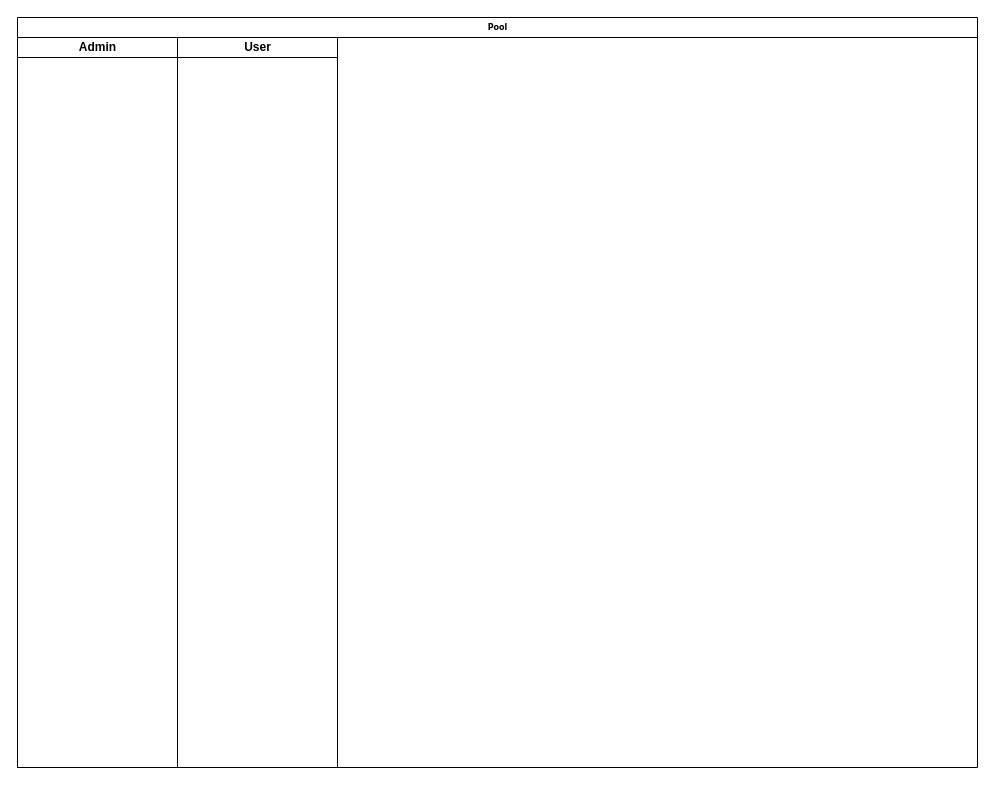
This is Untitled Diagram1.drawio from giaythuytinh176/baitaptrenlopathao, a draw.io file, before an edit. Source tidied: cells renumbered, new cells numbered last; positions are measured from the earlier drawing's top-left corner, leaving out a move shared by most shapes. Both pictures are drawn from the tidied source at 100%, with x=0, y=0 at pixel (17, 17).
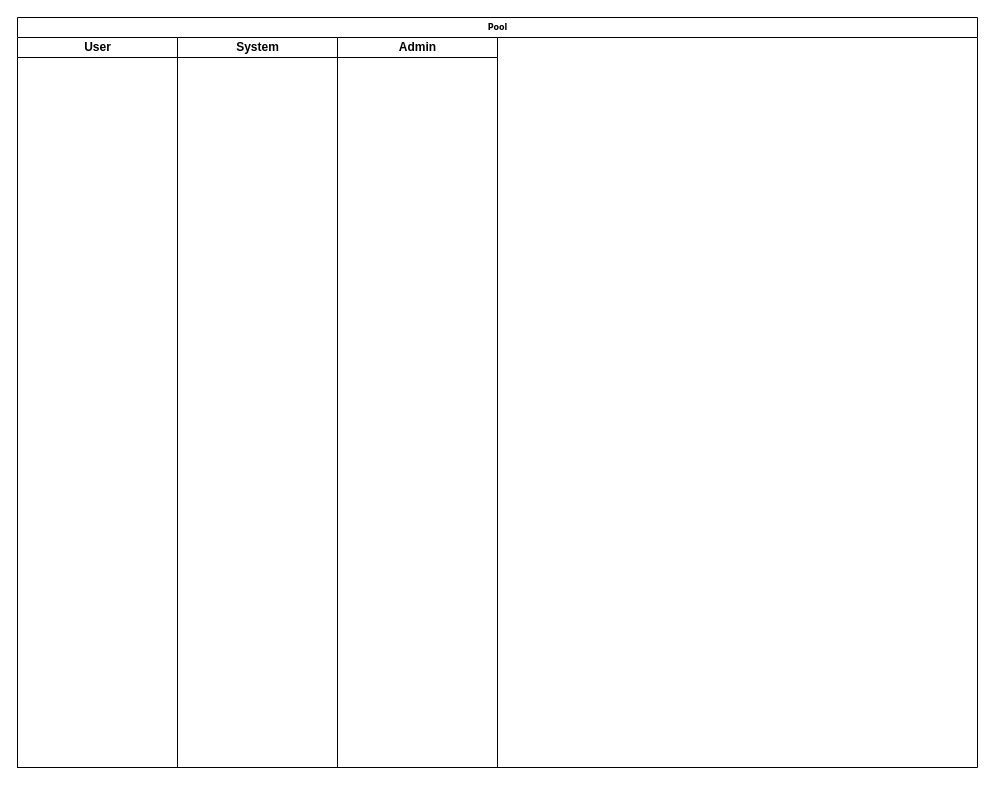
Above is the later version.

What changed in the source:
```diff
@@
 <mxGraphModel background="#ffffff">
   <root>
     <mxCell id="0" />
     <mxCell id="1" parent="0" />
     <mxCell id="2" value="Pool" style="swimlane;html=1;startSize=20;rounded=0;shadow=0;labelBackgroundColor=none;strokeWidth=1;fontFamily=Verdana;fontSize=8;align=center;" parent="1" vertex="1">
       <mxGeometry width="960" height="750" as="geometry" />
     </mxCell>
+    <mxCell id="5" style="edgeStyle=orthogonalEdgeStyle;rounded=1;html=1;labelBackgroundColor=none;startArrow=none;startFill=0;startSize=5;endArrow=classicThin;endFill=1;endSize=5;jettySize=auto;orthogonalLoop=1;strokeWidth=1;fontFamily=Verdana;fontSize=8;" parent="2" edge="1">
+      <mxGeometry relative="1" as="geometry">
+        <mxPoint x="670" y="690" as="targetPoint" />
+      </mxGeometry>
+    </mxCell>
+    <mxCell id="8" value="User" style="swimlane;html=1;startSize=20;" parent="2" vertex="1">
+      <mxGeometry y="20" width="160" height="730" as="geometry" />
+    </mxCell>
+    <mxCell id="9" value="System" style="swimlane;html=1;startSize=20;" parent="2" vertex="1">
+      <mxGeometry x="160" y="20" width="160" height="730" as="geometry" />
+    </mxCell>
     <mxCell id="3" value="Admin" style="swimlane;html=1;startSize=20;" parent="2" vertex="1">
-      <mxGeometry y="20" width="160" height="730" as="geometry" />
+      <mxGeometry x="320" y="20" width="160" height="730" as="geometry" />
     </mxCell>
-    <mxCell id="4" style="edgeStyle=orthogonalEdgeStyle;rounded=1;html=1;labelBackgroundColor=none;startArrow=none;startFill=0;startSize=5;endArrow=classicThin;endFill=1;endSize=5;jettySize=auto;orthogonalLoop=1;strokeWidth=1;fontFamily=Verdana;fontSize=8;" parent="2" edge="1">
-      <mxGeometry relative="1" as="geometry">
-        <mxPoint x="440" y="690" as="sourcePoint" />
-      </mxGeometry>
-    </mxCell>
-    <mxCell id="5" style="edgeStyle=orthogonalEdgeStyle;rounded=1;html=1;labelBackgroundColor=none;startArrow=none;startFill=0;startSize=5;endArrow=classicThin;endFill=1;endSize=5;jettySize=auto;orthogonalLoop=1;strokeWidth=1;fontFamily=Verdana;fontSize=8;" parent="2" edge="1">
-      <mxGeometry relative="1" as="geometry">
-        <mxPoint x="610" y="690" as="sourcePoint" />
-      </mxGeometry>
-    </mxCell>
-    <mxCell id="6" style="edgeStyle=orthogonalEdgeStyle;rounded=1;html=1;labelBackgroundColor=none;startArrow=none;startFill=0;startSize=5;endArrow=classicThin;endFill=1;endSize=5;jettySize=auto;orthogonalLoop=1;strokeWidth=1;fontFamily=Verdana;fontSize=8;" parent="2" edge="1">
-      <mxGeometry relative="1" as="geometry">
-        <mxPoint x="450" y="450" as="sourcePoint" />
-      </mxGeometry>
-    </mxCell>
-    <mxCell id="7" style="edgeStyle=orthogonalEdgeStyle;rounded=1;html=1;labelBackgroundColor=none;startArrow=none;startFill=0;startSize=5;endArrow=classicThin;endFill=1;endSize=5;jettySize=auto;orthogonalLoop=1;strokeColor=#000000;strokeWidth=1;fontFamily=Verdana;fontSize=8;fontColor=#000000;" parent="2" edge="1">
-      <mxGeometry relative="1" as="geometry">
-        <mxPoint x="450" y="610" as="targetPoint" />
-      </mxGeometry>
-    </mxCell>
-    <mxCell id="8" value="User" style="swimlane;html=1;startSize=20;" parent="2" vertex="1">
-      <mxGeometry x="160" y="20" width="160" height="730" as="geometry" />
-    </mxCell>
   </root>
 </mxGraphModel>
```
